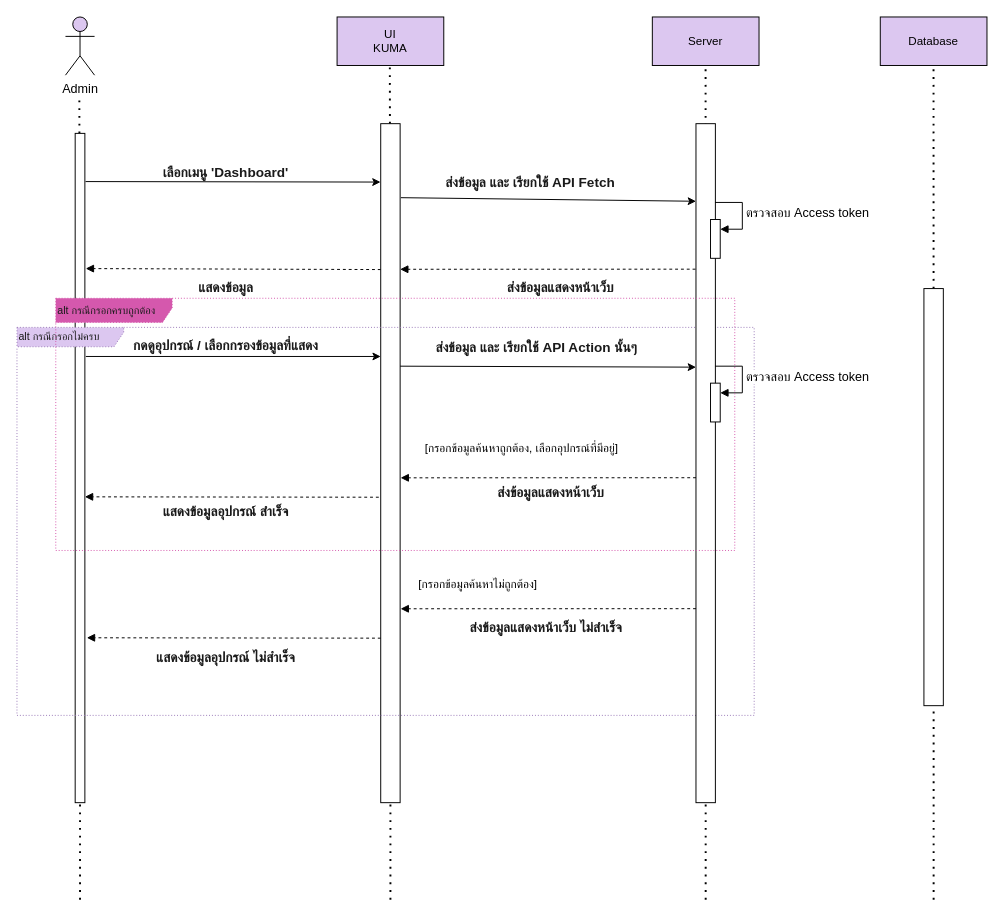
Above: page "dashboard" (5 of 8) of Diagram.drawio in Monaphat374/Sequence_project374 (draw.io), before the change. Source tidied: cells renumbered, new cells numbered last; positions are measured from the earlier drawing's top-left corner, leaving out a move shared by most shapes. Both pictures are drawn from the tidied source at 97%, with x=0, y=0 at pixel (16, 16).
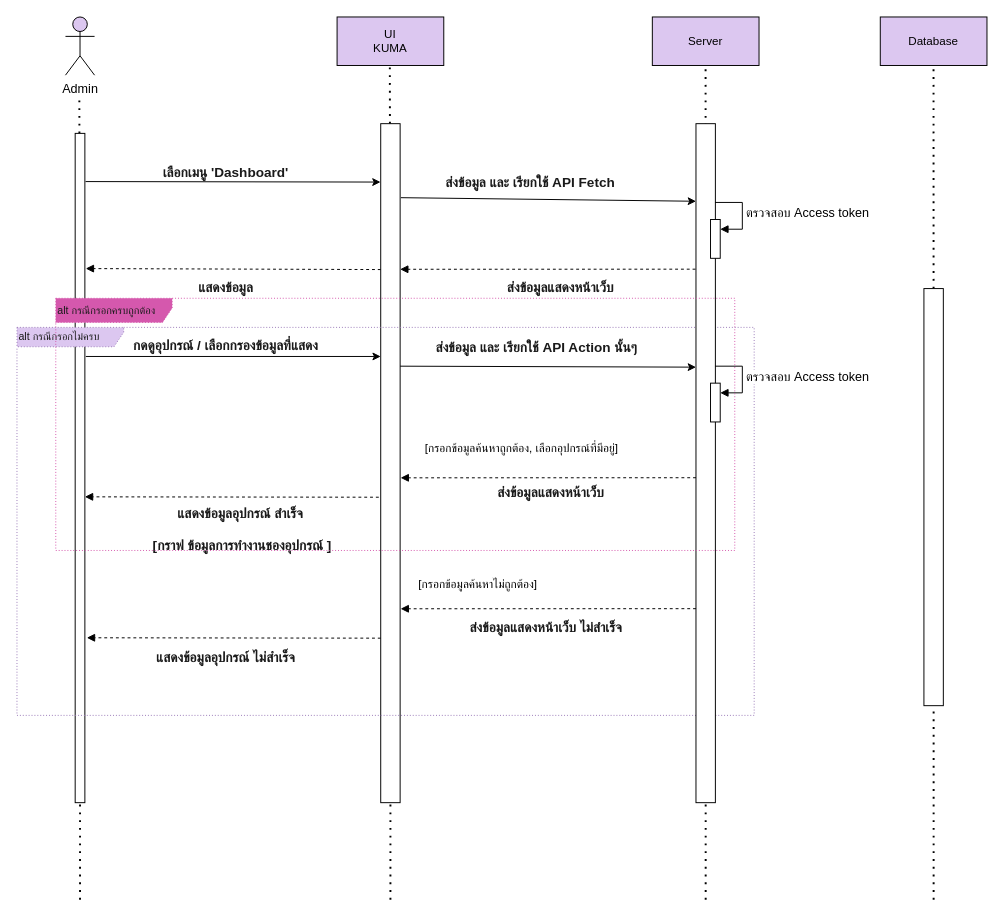
The same page after the edit.

The edit, as a diff of the source:
```diff
@@
-    <mxCell id="37" value="&lt;h5&gt;&lt;span style=&quot;font-size: 14px;&quot;&gt;แสดงข้อมูลอุปกรณ์ สำเร็จ&lt;/span&gt;&lt;/h5&gt;" style="text;html=1;align=center;verticalAlign=middle;strokeColor=none;fillColor=none;fontFamily=Helvetica;fontStyle=0;fontSize=12;fontColor=#1A1A1A;" parent="1" vertex="1">
-      <mxGeometry x="120" y="480" width="190" height="60" as="geometry" />
+    <mxCell id="37" value="&lt;h5&gt;&lt;span style=&quot;font-size: 14px;&quot;&gt;แสดงข้อมูลอุปกรณ์ สำเร็จ&lt;/span&gt;&lt;/h5&gt;&lt;h5&gt;&lt;span style=&quot;font-size: 14px;&quot;&gt;&amp;nbsp;[กราฟ ข้อมูลการทำงานชองอุปกรณ์ ]&lt;/span&gt;&lt;/h5&gt;" style="text;html=1;align=center;verticalAlign=top;strokeColor=none;fillColor=none;fontFamily=Helvetica;fontStyle=0;fontSize=12;fontColor=#1A1A1A;horizontal=1;" parent="1" vertex="1">
+      <mxGeometry x="100" y="480" width="260" height="100" as="geometry" />
     </mxCell>
```
